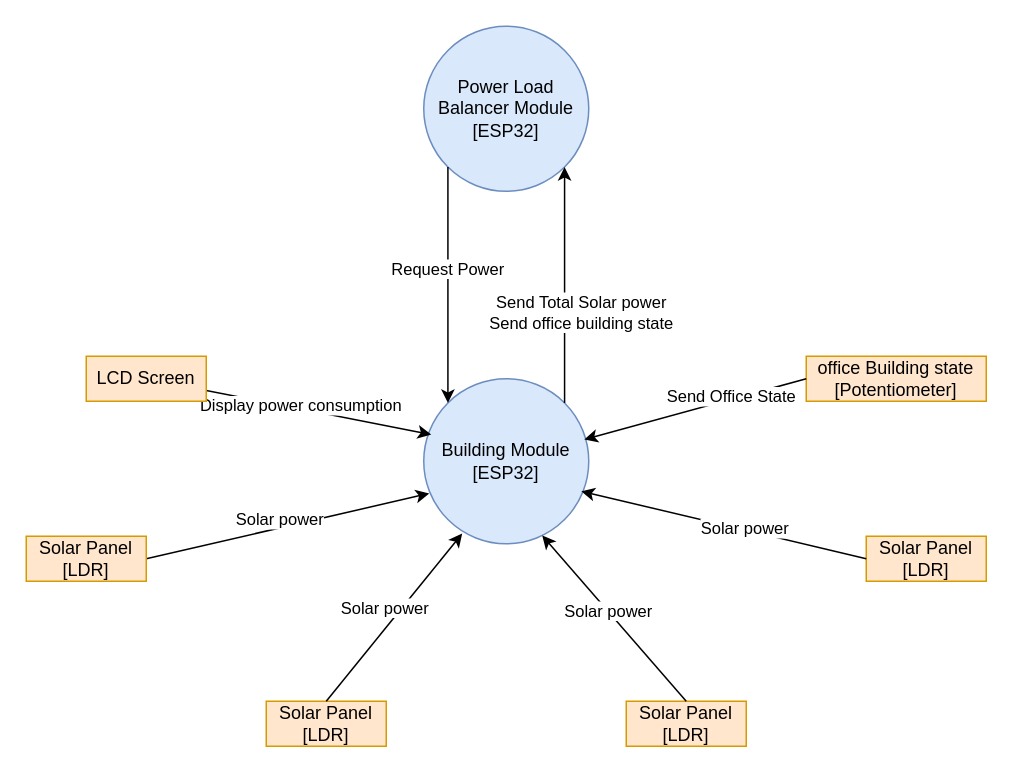
Above: page "Page-3" (3 of 3) of Documents/Design/ContextDiagrams.drawio in SeanDBrrr/PowerLoadBalancer (draw.io), before the change. Source tidied: cells renumbered, new cells numbered last; positions are measured from the earlier drawing's top-left corner, leaving out a move shared by most shapes. Both pictures are drawn from the tidied source at 150%, with x=0, y=0 at pixel (26, 26).
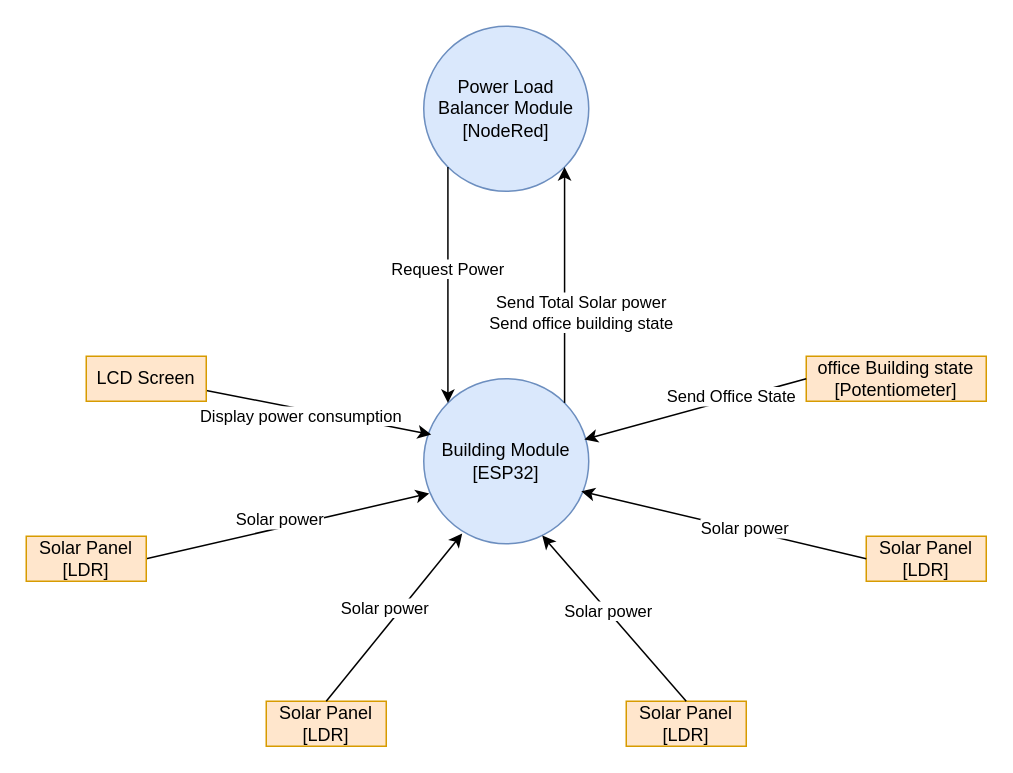
After the change.

The change refers to these unchanged cells:
```xml
<mxCell id="23" style="edgeStyle=none;rounded=0;jettySize=auto;html=1;entryX=0.045;entryY=0.338;entryDx=0;entryDy=0;entryPerimeter=0;strokeColor=default;" parent="1" edge="1" source="25" target="4">
  <mxGeometry relative="1" as="geometry" />
</mxCell>
```

What changed in the source:
```diff
@@
-    <mxCell id="6" value="Power Load Balancer Module&lt;br&gt;[ESP32]" style="ellipse;whiteSpace=wrap;html=1;fillColor=#dae8fc;strokeColor=#6c8ebf;" parent="1" vertex="1">
+    <mxCell id="6" value="Power Load Balancer Module&lt;br&gt;[NodeRed]" style="ellipse;whiteSpace=wrap;html=1;fillColor=#dae8fc;strokeColor=#6c8ebf;" parent="1" vertex="1">
       <mxGeometry x="265" width="110" height="110" as="geometry" />
     </mxCell>
@@
     <mxCell id="24" value="Display power consumption" style="edgeLabel;html=1;align=center;verticalAlign=middle;" parent="23" vertex="1">
-      <mxGeometry x="-0.17" y="2" relative="1" as="geometry" />
+      <mxGeometry x="-0.17" y="2" relative="1" as="geometry">
+        <mxPoint y="7" as="offset" />
+      </mxGeometry>
     </mxCell>
```
